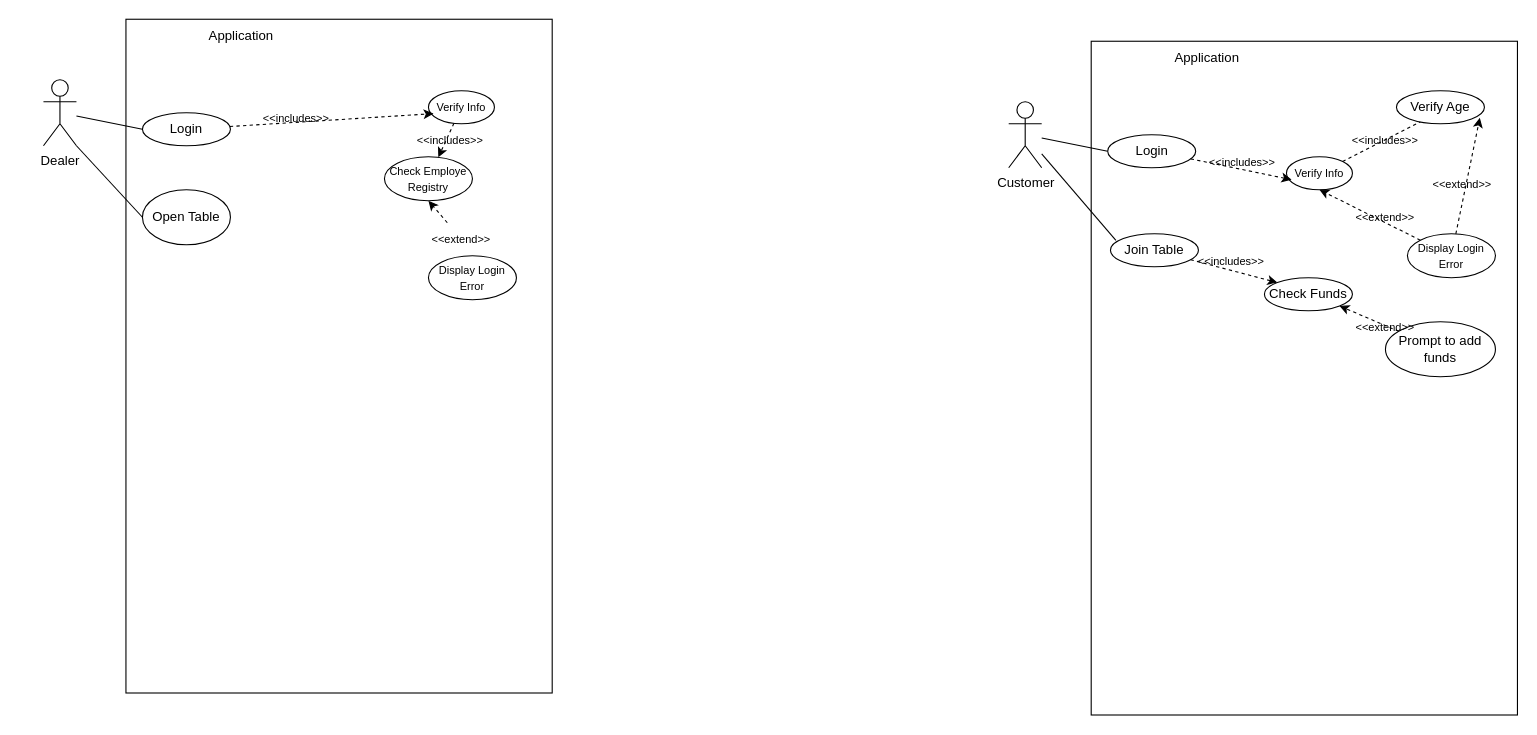
Before: Phase2_UML_UseCase_Diagrams.drawio in Bob-02/CS401-Blackjack, a draw.io diagram. Source tidied: cells renumbered, new cells numbered last; positions are measured from the earlier drawing's top-left corner, leaving out a move shared by most shapes. Both pictures are drawn from the tidied source at 110%, with x=0, y=0 at pixel (1, 24).
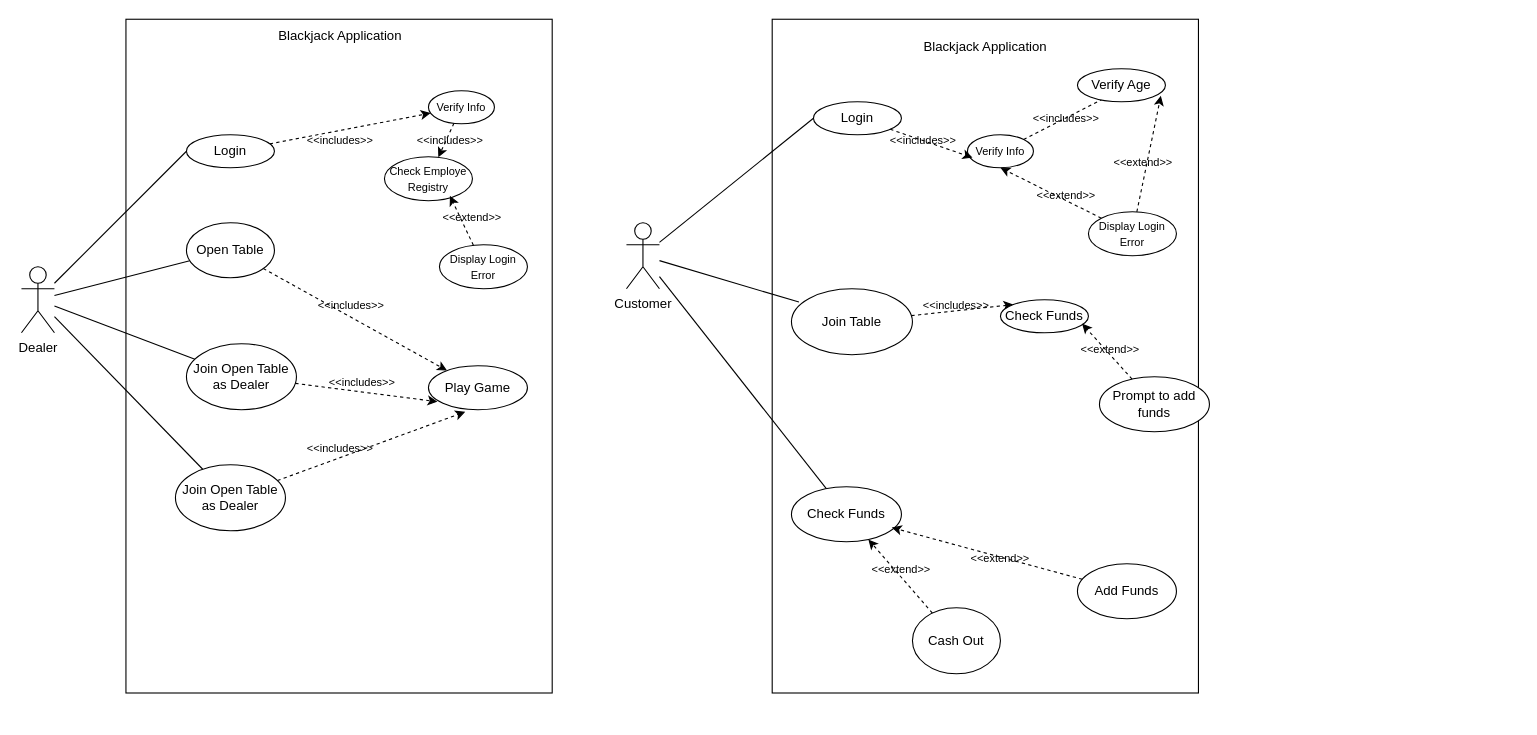
Above is the later version.

Commit message:
Completed Dealer and Customer Use Cases

Unchanged cells that the change refers to:
```xml
<mxCell id="9" value="&lt;font size=&quot;1&quot;&gt;Verify&amp;nbsp;Info&lt;/font&gt;" style="ellipse;whiteSpace=wrap;html=1;" parent="1" vertex="1">
  <mxGeometry x="388" y="60" width="60" height="30" as="geometry" />
</mxCell>
<mxCell id="12" value="&lt;font size=&quot;1&quot;&gt;Check Employe Registry&lt;/font&gt;" style="ellipse;whiteSpace=wrap;html=1;" parent="1" vertex="1">
  <mxGeometry x="348" y="120" width="80" height="40" as="geometry" />
</mxCell>
```

Change to the diagram source:
```diff
@@
+    <mxCell id="43" style="rounded=0;jettySize=auto;html=1;endArrow=none;endFill=0;" parent="1" edge="1" source="5" target="49">
+      <mxGeometry relative="1" as="geometry" />
+    </mxCell>
+    <mxCell id="44" style="rounded=0;jettySize=auto;html=1;endArrow=none;endFill=0;" parent="1" edge="1" source="5" target="50">
+      <mxGeometry relative="1" as="geometry" />
+    </mxCell>
-    <mxCell id="4" style="rounded=0;jettySize=auto;html=1;exitX=1;exitY=1;exitDx=0;exitDy=0;exitPerimeter=0;entryX=0;entryY=0.5;entryDx=0;entryDy=0;endArrow=none;endFill=0;" parent="1" edge="1" source="5" target="18">
+    <mxCell id="4" style="rounded=0;jettySize=auto;html=1;endArrow=none;endFill=0;" parent="1" edge="1" source="5" target="18">
       <mxGeometry relative="1" as="geometry" />
     </mxCell>
     <mxCell id="5" value="Dealer" style="shape=umlActor;verticalLabelPosition=bottom;verticalAlign=top;html=1;outlineConnect=0;" parent="1" vertex="1">
-      <mxGeometry x="38" y="50" width="30" height="60" as="geometry" />
+      <mxGeometry x="18" y="220" width="30" height="60" as="geometry" />
     </mxCell>
-    <mxCell id="6" value="Application" style="text;html=1;align=center;verticalAlign=middle;whiteSpace=wrap;rounded=0;" parent="1" vertex="1">
-      <mxGeometry x="188" width="60" height="20" as="geometry" />
+    <mxCell id="6" value="Blackjack Application" style="text;html=1;align=center;verticalAlign=middle;whiteSpace=wrap;rounded=0;" parent="1" vertex="1">
+      <mxGeometry x="248" width="120" height="20" as="geometry" />
     </mxCell>
+    <mxCell id="10" style="rounded=0;jettySize=auto;html=1;dashed=1;" parent="1" edge="1" source="7" target="9">
+      <mxGeometry relative="1" as="geometry" />
+    </mxCell>
     <mxCell id="7" value="Login" style="ellipse;whiteSpace=wrap;html=1;" parent="1" vertex="1">
-      <mxGeometry x="128" y="80" width="80" height="30" as="geometry" />
+      <mxGeometry x="168" y="100" width="80" height="30" as="geometry" />
     </mxCell>
@@
-    <mxCell id="10" style="rounded=0;jettySize=auto;html=1;entryX=0.076;entryY=0.693;entryDx=0;entryDy=0;entryPerimeter=0;dashed=1;" parent="1" edge="1" source="7" target="9">
-      <mxGeometry relative="1" as="geometry" />
-    </mxCell>
-    <mxCell id="11" value="&lt;font style=&quot;font-size: 10px;&quot;&gt;&amp;lt;&amp;lt;includes&amp;gt;&amp;gt;&lt;/font&gt;" style="text;html=1;align=center;verticalAlign=middle;whiteSpace=wrap;rounded=0;" parent="1" vertex="1">
-      <mxGeometry x="238" y="70" width="60" height="30" as="geometry" />
-    </mxCell>
@@
-    <mxCell id="14" style="rounded=0;jettySize=auto;html=1;entryX=0.5;entryY=1;entryDx=0;entryDy=0;dashed=1;" parent="1" edge="1" source="17" target="12">
-      <mxGeometry relative="1" as="geometry" />
-    </mxCell>
     <mxCell id="15" value="&lt;font size=&quot;1&quot;&gt;Display Login Error&lt;/font&gt;" style="ellipse;whiteSpace=wrap;html=1;" parent="1" vertex="1">
-      <mxGeometry x="388" y="210" width="80" height="40" as="geometry" />
+      <mxGeometry x="398" y="200" width="80" height="40" as="geometry" />
     </mxCell>
-    <mxCell id="16" style="rounded=0;jettySize=auto;html=1;entryX=0.5;entryY=1;entryDx=0;entryDy=0;dashed=1;" parent="1" edge="1" source="15" target="17">
-      <mxGeometry relative="1" as="geometry" />
-    </mxCell>
     <mxCell id="17" value="&lt;font style=&quot;font-size: 10px;&quot;&gt;&amp;lt;&amp;lt;extend&amp;gt;&amp;gt;&lt;/font&gt;" style="text;html=1;align=center;verticalAlign=middle;whiteSpace=wrap;rounded=0;" parent="1" vertex="1">
-      <mxGeometry x="388" y="180" width="60" height="30" as="geometry" />
+      <mxGeometry x="398" y="160" width="60" height="30" as="geometry" />
     </mxCell>
+    <mxCell id="45" style="rounded=0;jettySize=auto;html=1;dashed=1;" parent="1" edge="1" source="18" target="55">
+      <mxGeometry relative="1" as="geometry" />
+    </mxCell>
     <mxCell id="18" value="Open Table" style="ellipse;whiteSpace=wrap;html=1;" parent="1" vertex="1">
-      <mxGeometry x="128" y="150" width="80" height="50" as="geometry" />
+      <mxGeometry x="168" y="180" width="80" height="50" as="geometry" />
     </mxCell>
     <mxCell id="19" style="rounded=0;whiteSpace=wrap;html=1;rotation=90;" parent="1" vertex="1">
-      <mxGeometry x="878" y="127.5" width="612.5" height="387.5" as="geometry" />
+      <mxGeometry x="588" y="107.5" width="612.5" height="387.5" as="geometry" />
     </mxCell>
@@
+    <mxCell id="46" style="rounded=0;jettySize=auto;html=1;endArrow=none;endFill=0;" parent="1" edge="1" source="21" target="51">
+      <mxGeometry relative="1" as="geometry" />
+    </mxCell>
     <mxCell id="21" value="Customer" style="shape=umlActor;verticalLabelPosition=bottom;verticalAlign=top;html=1;outlineConnect=0;" parent="1" vertex="1">
-      <mxGeometry x="915.5" y="70" width="30" height="60" as="geometry" />
+      <mxGeometry x="568" y="180" width="30" height="60" as="geometry" />
     </mxCell>
-    <mxCell id="22" value="Application" style="text;html=1;align=center;verticalAlign=middle;whiteSpace=wrap;rounded=0;" parent="1" vertex="1">
-      <mxGeometry x="1065.5" y="20" width="60" height="20" as="geometry" />
+    <mxCell id="22" value="Blackjack Application" style="text;html=1;align=center;verticalAlign=middle;whiteSpace=wrap;rounded=0;" parent="1" vertex="1">
+      <mxGeometry x="828" y="10" width="132.5" height="20" as="geometry" />
     </mxCell>
     <mxCell id="23" value="Login" style="ellipse;whiteSpace=wrap;html=1;" parent="1" vertex="1">
-      <mxGeometry x="1005.5" y="100" width="80" height="30" as="geometry" />
+      <mxGeometry x="738" y="70" width="80" height="30" as="geometry" />
     </mxCell>
@@
     <mxCell id="25" value="&lt;font size=&quot;1&quot;&gt;Verify&amp;nbsp;Info&lt;/font&gt;" style="ellipse;whiteSpace=wrap;html=1;" parent="1" vertex="1">
-      <mxGeometry x="1168" y="120" width="60" height="30" as="geometry" />
+      <mxGeometry x="878" y="100" width="60" height="30" as="geometry" />
     </mxCell>
@@
     <mxCell id="27" value="&lt;font style=&quot;font-size: 10px;&quot;&gt;&amp;lt;&amp;lt;includes&amp;gt;&amp;gt;&lt;/font&gt;" style="text;html=1;align=center;verticalAlign=middle;whiteSpace=wrap;rounded=0;" parent="1" vertex="1">
-      <mxGeometry x="1098" y="110" width="60" height="30" as="geometry" />
+      <mxGeometry x="808" y="90" width="60" height="30" as="geometry" />
     </mxCell>
@@
     <mxCell id="29" value="&lt;font size=&quot;1&quot;&gt;Display Login Error&lt;/font&gt;" style="ellipse;whiteSpace=wrap;html=1;" parent="1" vertex="1">
-      <mxGeometry x="1278" y="190" width="80" height="40" as="geometry" />
+      <mxGeometry x="988" y="170" width="80" height="40" as="geometry" />
     </mxCell>
     <mxCell id="30" value="&lt;font style=&quot;font-size: 10px;&quot;&gt;&amp;lt;&amp;lt;extend&amp;gt;&amp;gt;&lt;/font&gt;" style="text;html=1;align=center;verticalAlign=middle;whiteSpace=wrap;rounded=0;" parent="1" vertex="1">
-      <mxGeometry x="1298" y="130" width="60" height="30" as="geometry" />
+      <mxGeometry x="1008" y="110" width="60" height="30" as="geometry" />
     </mxCell>
     <mxCell id="31" value="Verify Age" style="ellipse;whiteSpace=wrap;html=1;" parent="1" vertex="1">
-      <mxGeometry x="1268" y="60" width="80" height="30" as="geometry" />
+      <mxGeometry x="978" y="40" width="80" height="30" as="geometry" />
     </mxCell>
     <mxCell id="32" value="&lt;font style=&quot;font-size: 10px;&quot;&gt;&amp;lt;&amp;lt;includes&amp;gt;&amp;gt;&lt;/font&gt;" style="text;html=1;align=center;verticalAlign=middle;whiteSpace=wrap;rounded=0;" parent="1" vertex="1">
-      <mxGeometry x="1228" y="90" width="60" height="30" as="geometry" />
+      <mxGeometry x="938" y="70" width="60" height="30" as="geometry" />
     </mxCell>
@@
     <mxCell id="34" value="&lt;font style=&quot;font-size: 10px;&quot;&gt;&amp;lt;&amp;lt;extend&amp;gt;&amp;gt;&lt;/font&gt;" style="text;html=1;align=center;verticalAlign=middle;whiteSpace=wrap;rounded=0;" parent="1" vertex="1">
-      <mxGeometry x="1228" y="160" width="60" height="30" as="geometry" />
+      <mxGeometry x="938" y="140" width="60" height="30" as="geometry" />
     </mxCell>
@@
     <mxCell id="36" value="Join Table" style="ellipse;whiteSpace=wrap;html=1;" parent="1" vertex="1">
-      <mxGeometry x="1008" y="190" width="80" height="30" as="geometry" />
+      <mxGeometry x="718" y="240" width="110" height="60" as="geometry" />
     </mxCell>
@@
     <mxCell id="38" value="Check Funds" style="ellipse;whiteSpace=wrap;html=1;" parent="1" vertex="1">
-      <mxGeometry x="1148" y="230" width="80" height="30" as="geometry" />
+      <mxGeometry x="908" y="250" width="80" height="30" as="geometry" />
     </mxCell>
+    <mxCell id="40" value="Prompt to add funds" style="ellipse;whiteSpace=wrap;html=1;" parent="1" vertex="1">
+      <mxGeometry x="998" y="320" width="100" height="50" as="geometry" />
+    </mxCell>
+    <mxCell id="42" value="&lt;font style=&quot;font-size: 10px;&quot;&gt;&amp;lt;&amp;lt;includes&amp;gt;&amp;gt;&lt;/font&gt;" style="text;html=1;align=center;verticalAlign=middle;whiteSpace=wrap;rounded=0;" parent="1" vertex="1">
+      <mxGeometry x="838" y="240" width="60" height="30" as="geometry" />
+    </mxCell>
+    <mxCell id="47" style="edgeStyle=orthogonalEdgeStyle;rounded=0;orthogonalLoop=1;jettySize=auto;html=1;exitX=0.5;exitY=1;exitDx=0;exitDy=0;" parent="1" edge="1" source="15" target="15">
+      <mxGeometry relative="1" as="geometry" />
+    </mxCell>
+    <mxCell id="48" style="rounded=0;jettySize=auto;html=1;entryX=0.744;entryY=0.887;entryDx=0;entryDy=0;entryPerimeter=0;dashed=1;" parent="1" edge="1" source="15" target="12">
+      <mxGeometry relative="1" as="geometry" />
+    </mxCell>
+    <mxCell id="49" value="Join Open Table as Dealer" style="ellipse;whiteSpace=wrap;html=1;" parent="1" vertex="1">
+      <mxGeometry x="168" y="290" width="100" height="60" as="geometry" />
+    </mxCell>
+    <mxCell id="50" value="Join Open Table as Dealer" style="ellipse;whiteSpace=wrap;html=1;" parent="1" vertex="1">
+      <mxGeometry x="158" y="400" width="100" height="60" as="geometry" />
+    </mxCell>
+    <mxCell id="51" value="Check Funds" style="ellipse;whiteSpace=wrap;html=1;" parent="1" vertex="1">
+      <mxGeometry x="718" y="420" width="100" height="50" as="geometry" />
+    </mxCell>
+    <mxCell id="52" value="Add Funds" style="ellipse;whiteSpace=wrap;html=1;" parent="1" vertex="1">
+      <mxGeometry x="978" y="490" width="90" height="50" as="geometry" />
+    </mxCell>
+    <mxCell id="53" style="rounded=0;jettySize=auto;html=1;dashed=1;" parent="1" edge="1" source="54" target="51">
+      <mxGeometry relative="1" as="geometry" />
+    </mxCell>
+    <mxCell id="54" value="Cash Out" style="ellipse;whiteSpace=wrap;html=1;" parent="1" vertex="1">
+      <mxGeometry x="828" y="530" width="80" height="60" as="geometry" />
+    </mxCell>
+    <mxCell id="55" value="Play Game" style="ellipse;whiteSpace=wrap;html=1;" parent="1" vertex="1">
+      <mxGeometry x="388" y="310" width="90" height="40" as="geometry" />
+    </mxCell>
+    <mxCell id="11" value="&lt;font style=&quot;font-size: 10px;&quot;&gt;&amp;lt;&amp;lt;includes&amp;gt;&amp;gt;&lt;/font&gt;" style="text;html=1;align=center;verticalAlign=middle;whiteSpace=wrap;rounded=0;" parent="1" vertex="1">
+      <mxGeometry x="278" y="90" width="60" height="30" as="geometry" />
+    </mxCell>
+    <mxCell id="56" style="rounded=0;jettySize=auto;html=1;entryX=0.091;entryY=0.817;entryDx=0;entryDy=0;entryPerimeter=0;dashed=1;" parent="1" edge="1" source="49" target="55">
+      <mxGeometry relative="1" as="geometry" />
+    </mxCell>
+    <mxCell id="57" style="rounded=0;jettySize=auto;html=1;entryX=0.371;entryY=1.048;entryDx=0;entryDy=0;entryPerimeter=0;dashed=1;" parent="1" edge="1" source="50" target="55">
+      <mxGeometry relative="1" as="geometry" />
+    </mxCell>
+    <mxCell id="58" value="&lt;font style=&quot;font-size: 10px;&quot;&gt;&amp;lt;&amp;lt;includes&amp;gt;&amp;gt;&lt;/font&gt;" style="text;html=1;align=center;verticalAlign=middle;whiteSpace=wrap;rounded=0;" parent="1" vertex="1">
+      <mxGeometry x="288" y="240" width="60" height="30" as="geometry" />
+    </mxCell>
+    <mxCell id="59" value="&lt;font style=&quot;font-size: 10px;&quot;&gt;&amp;lt;&amp;lt;includes&amp;gt;&amp;gt;&lt;/font&gt;" style="text;html=1;align=center;verticalAlign=middle;whiteSpace=wrap;rounded=0;" parent="1" vertex="1">
+      <mxGeometry x="298" y="310" width="60" height="30" as="geometry" />
+    </mxCell>
+    <mxCell id="60" value="&lt;font style=&quot;font-size: 10px;&quot;&gt;&amp;lt;&amp;lt;includes&amp;gt;&amp;gt;&lt;/font&gt;" style="text;html=1;align=center;verticalAlign=middle;whiteSpace=wrap;rounded=0;" parent="1" vertex="1">
+      <mxGeometry x="278" y="370" width="60" height="30" as="geometry" />
+    </mxCell>
-    <mxCell id="39" style="rounded=0;jettySize=auto;html=1;entryX=1;entryY=1;entryDx=0;entryDy=0;dashed=1;" parent="1" edge="1" source="40" target="38">
+    <mxCell id="39" style="rounded=0;jettySize=auto;html=1;entryX=0.928;entryY=0.725;entryDx=0;entryDy=0;entryPerimeter=0;dashed=1;" parent="1" edge="1" source="40" target="38">
       <mxGeometry relative="1" as="geometry" />
     </mxCell>
-    <mxCell id="40" value="Prompt to add funds" style="ellipse;whiteSpace=wrap;html=1;" parent="1" vertex="1">
-      <mxGeometry x="1258" y="270" width="100" height="50" as="geometry" />
-    </mxCell>
-    <mxCell id="41" value="&lt;font style=&quot;font-size: 10px;&quot;&gt;&amp;lt;&amp;lt;extend&amp;gt;&amp;gt;&lt;/font&gt;" style="text;html=1;align=center;verticalAlign=middle;whiteSpace=wrap;rounded=0;" parent="1" vertex="1">
-      <mxGeometry x="1228" y="260" width="60" height="30" as="geometry" />
-    </mxCell>
-    <mxCell id="42" value="&lt;font style=&quot;font-size: 10px;&quot;&gt;&amp;lt;&amp;lt;includes&amp;gt;&amp;gt;&lt;/font&gt;" style="text;html=1;align=center;verticalAlign=middle;whiteSpace=wrap;rounded=0;" parent="1" vertex="1">
-      <mxGeometry x="1088" y="200" width="60" height="30" as="geometry" />
-    </mxCell>
+    <mxCell id="61" value="&lt;font style=&quot;font-size: 10px;&quot;&gt;&amp;lt;&amp;lt;extend&amp;gt;&amp;gt;&lt;/font&gt;" style="text;html=1;align=center;verticalAlign=middle;whiteSpace=wrap;rounded=0;" parent="1" vertex="1">
+      <mxGeometry x="978" y="280" width="60" height="30" as="geometry" />
+    </mxCell>
+    <mxCell id="62" style="rounded=0;jettySize=auto;html=1;entryX=0.912;entryY=0.742;entryDx=0;entryDy=0;entryPerimeter=0;dashed=1;" parent="1" edge="1" source="52" target="51">
+      <mxGeometry relative="1" as="geometry" />
+    </mxCell>
+    <mxCell id="63" value="&lt;font style=&quot;font-size: 10px;&quot;&gt;&amp;lt;&amp;lt;extend&amp;gt;&amp;gt;&lt;/font&gt;" style="text;html=1;align=center;verticalAlign=middle;whiteSpace=wrap;rounded=0;" parent="1" vertex="1">
+      <mxGeometry x="878" y="470" width="60" height="30" as="geometry" />
+    </mxCell>
+    <mxCell id="64" value="&lt;font style=&quot;font-size: 10px;&quot;&gt;&amp;lt;&amp;lt;extend&amp;gt;&amp;gt;&lt;/font&gt;" style="text;html=1;align=center;verticalAlign=middle;whiteSpace=wrap;rounded=0;" parent="1" vertex="1">
+      <mxGeometry x="788" y="480" width="60" height="30" as="geometry" />
+    </mxCell>
```
